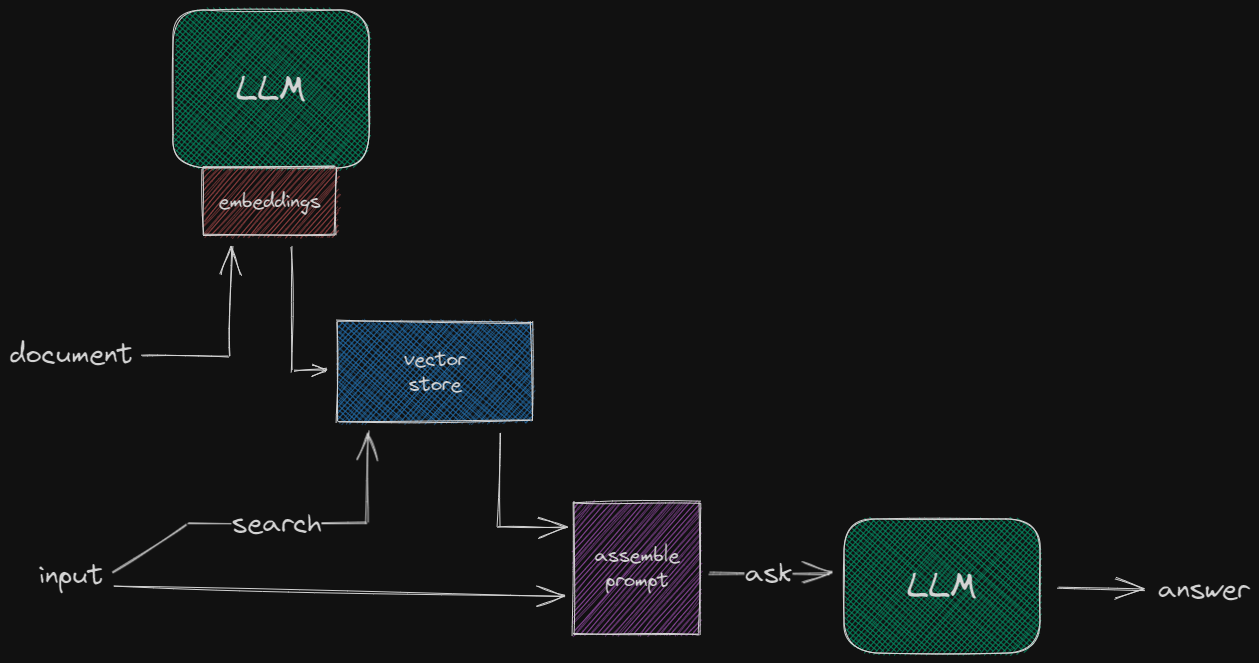
maciejmalecki/rag keeps this Excalidraw diagram as drawings/rag.excalidraw.png. Above is the earlier version. Source tidied: one line per element, renumbered; positions are measured from the earlier drawing's top-left corner, leaving out a move shared by most shapes.
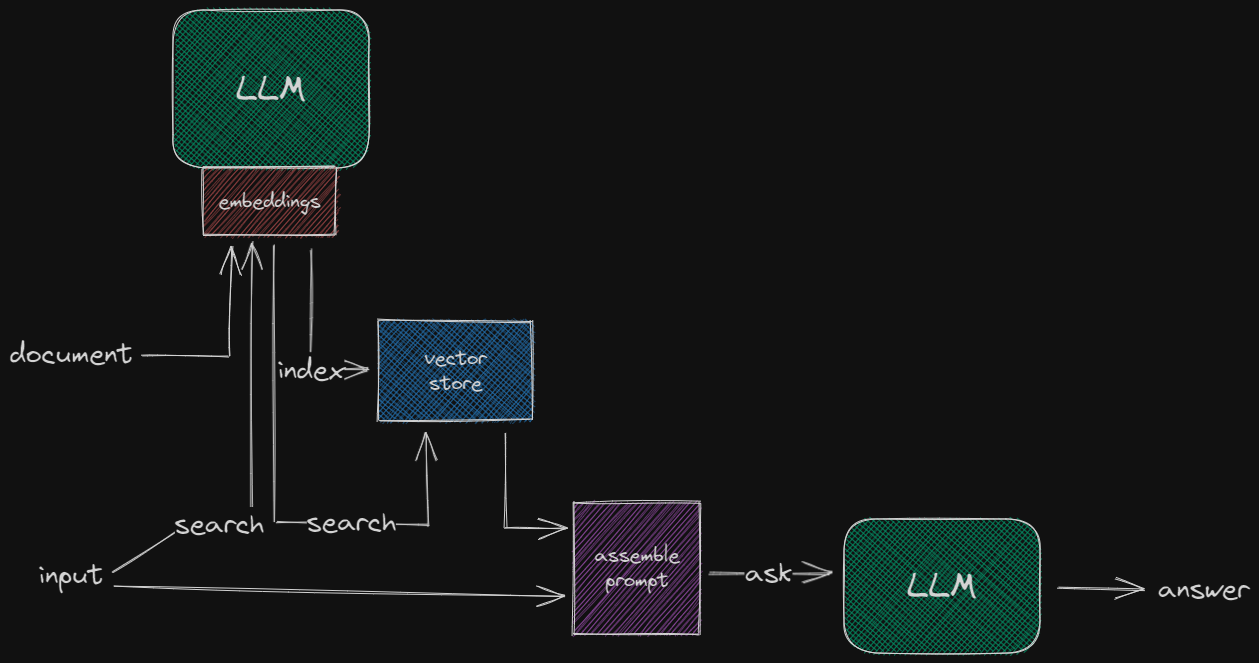
After the commit.

Diff of the diagram source:
```diff
@@ -7,12 +7,13 @@
 {"id": 6, "type": "rectangle", "strokeColor": "#1e1e1e", "backgroundColor": "#ff8787", "fillStyle": "hachure", "strokeWidth": 1, "roughness": 1, "x": 193, "y": 157, "width": 133, "height": 68}
 {"id": 7, "type": "text", "text": "embeddings", "strokeColor": "#1e1e1e", "backgroundColor": "#ff8787", "fillStyle": "hachure", "strokeWidth": 1, "roughness": 1, "fontSize": 20, "fontFamily": 1, "textAlign": "center", "verticalAlign": "middle", "inside": 6, "x": 208, "y": 178, "width": 102, "height": 25}
 {"id": 8, "type": "arrow", "strokeColor": "#1e1e1e", "backgroundColor": "#ff8787", "fillStyle": "hachure", "strokeWidth": 1, "roughness": 1, "endArrowhead": "arrow", "from": 4, "to": 6, "x": 132, "y": 345, "width": 89, "height": 110, "points": [[0, 0], [87, 1], [89, -109]]}
-{"id": 9, "type": "rectangle", "strokeColor": "#1e1e1e", "backgroundColor": "#4dabf7", "fillStyle": "cross-hatch", "strokeWidth": 1, "roughness": 1, "x": 328, "y": 312, "width": 194, "height": 99}
+{"id": 9, "type": "rectangle", "strokeColor": "#1e1e1e", "backgroundColor": "#4dabf7", "fillStyle": "cross-hatch", "strokeWidth": 1, "roughness": 1, "x": 369, "y": 311, "width": 153, "height": 99}
-{"id": 10, "type": "text", "text": "vector\nstore", "strokeColor": "#1e1e1e", "backgroundColor": "#ff8787", "fillStyle": "hachure", "strokeWidth": 1, "roughness": 1, "fontSize": 20, "fontFamily": 1, "textAlign": "center", "verticalAlign": "middle", "inside": 9, "x": 394, "y": 336, "width": 62, "height": 50}
+{"id": 10, "type": "text", "text": "vector\nstore", "strokeColor": "#1e1e1e", "backgroundColor": "#ff8787", "fillStyle": "hachure", "strokeWidth": 1, "roughness": 1, "fontSize": 20, "fontFamily": 1, "textAlign": "center", "verticalAlign": "middle", "inside": 9, "x": 414, "y": 336, "width": 62, "height": 50}
-{"id": 11, "type": "arrow", "strokeColor": "#1e1e1e", "backgroundColor": "#4dabf7", "fillStyle": "cross-hatch", "strokeWidth": 1, "roughness": 1, "endArrowhead": "arrow", "from": 6, "to": 9, "x": 281, "y": 236, "width": 36, "height": 125, "points": [[0, 0], [2, 125], [36, 124]]}
+{"id": 11, "type": "arrow", "strokeColor": "#1e1e1e", "backgroundColor": "#4dabf7", "fillStyle": "cross-hatch", "strokeWidth": 1, "roughness": 1, "endArrowhead": "arrow", "from": 6, "to": 9, "x": 300, "y": 238, "width": 58, "height": 122, "points": [[0, 0], [1, 122], [58, 121]]}
+{"id": 22, "type": "text", "text": "index", "strokeColor": "#1e1e1e", "strokeWidth": 1, "roughness": 1, "fontSize": 28, "fontFamily": 1, "textAlign": "center", "verticalAlign": "middle", "inside": 11, "x": 250, "y": 344, "width": 66, "height": 35}
-{"id": 12, "type": "arrow", "strokeColor": "#1e1e1e", "backgroundColor": "#4dabf7", "fillStyle": "cross-hatch", "strokeWidth": 1, "roughness": 1, "endArrowhead": "arrow", "from": 5, "to": 9, "x": 102, "y": 563, "width": 256, "height": 141, "points": [[0, 0], [75, -50], [254, -50], [256, -141]]}
+{"id": 12, "type": "arrow", "strokeColor": "#1e1e1e", "backgroundColor": "#4dabf7", "fillStyle": "cross-hatch", "strokeWidth": 1, "roughness": 1, "endArrowhead": "arrow", "from": 5, "to": 6, "x": 102, "y": 563, "width": 140, "height": 331, "points": [[0, 0], [75, -50], [139, -48], [140, -331]]}
 {"id": 13, "type": "text", "text": "search", "strokeColor": "#1e1e1e", "backgroundColor": "#4dabf7", "fillStyle": "cross-hatch", "strokeWidth": 1, "roughness": 1, "fontSize": 28, "fontFamily": 1, "textAlign": "center", "verticalAlign": "middle", "inside": 12, "x": 222, "y": 496, "width": 89, "height": 35}
-{"id": 14, "type": "arrow", "strokeColor": "#1e1e1e", "backgroundColor": "#4dabf7", "fillStyle": "cross-hatch", "strokeWidth": 1, "roughness": 1, "endArrowhead": "arrow", "from": 9, "to": 16, "x": 490, "y": 423, "width": 68, "height": 94, "points": [[0, 0], [-2, 93], [66, 94]]}
+{"id": 14, "type": "arrow", "strokeColor": "#1e1e1e", "backgroundColor": "#4dabf7", "fillStyle": "cross-hatch", "strokeWidth": 1, "roughness": 1, "endArrowhead": "arrow", "from": 9, "to": 16, "x": 495, "y": 423, "width": 61, "height": 95, "points": [[0, 0], [0, 94], [61, 95]]}
 {"id": 15, "type": "arrow", "strokeColor": "#1e1e1e", "backgroundColor": "#4dabf7", "fillStyle": "cross-hatch", "strokeWidth": 1, "roughness": 1, "endArrowhead": "arrow", "from": 5, "to": 16, "x": 104, "y": 576, "width": 451, "height": 11, "points": [[0, 0], [451, 11]]}
 {"id": 16, "type": "rectangle", "strokeColor": "#1e1e1e", "backgroundColor": "#da77f2", "fillStyle": "hachure", "strokeWidth": 1, "roughness": 1, "x": 564, "y": 492, "width": 126, "height": 132}
 {"id": 17, "type": "text", "text": "assemble\nprompt", "strokeColor": "#1e1e1e", "backgroundColor": "#da77f2", "fillStyle": "hachure", "strokeWidth": 1, "roughness": 1, "fontSize": 20, "fontFamily": 1, "textAlign": "center", "verticalAlign": "middle", "inside": 16, "x": 584, "y": 533, "width": 85, "height": 50}
@@ -20,3 +21,5 @@
 {"id": 19, "type": "arrow", "strokeColor": "#1e1e1e", "strokeWidth": 1, "roughness": 1, "endArrowhead": "arrow", "round": true, "from": 2, "to": 18, "x": 1048, "y": 578, "width": 87, "height": 2, "points": [[0, 0], [87, 2]]}
 {"id": 20, "type": "arrow", "strokeColor": "#1e1e1e", "strokeWidth": 1, "roughness": 1, "endArrowhead": "arrow", "round": true, "from": 16, "to": 2, "x": 698, "y": 562, "width": 121, "height": 1, "points": [[0, 0], [121, 1]]}
 {"id": 21, "type": "text", "text": "ask", "strokeColor": "#1e1e1e", "strokeWidth": 1, "roughness": 1, "fontSize": 28, "fontFamily": 1, "textAlign": "center", "verticalAlign": "middle", "inside": 20, "x": 735, "y": 546, "width": 48, "height": 35}
+{"id": 23, "type": "arrow", "strokeColor": "#1e1e1e", "strokeWidth": 1, "roughness": 1, "endArrowhead": "arrow", "from": 6, "to": 9, "x": 263, "y": 234, "width": 155, "height": 280, "points": [[0, 0], [1, 277], [155, 280], [152, 188]]}
+{"id": 24, "type": "text", "text": "search", "strokeColor": "#1e1e1e", "strokeWidth": 1, "roughness": 1, "fontSize": 28, "fontFamily": 1, "textAlign": "center", "verticalAlign": "middle", "inside": 23, "x": 289, "y": 446, "width": 89, "height": 35}
```
